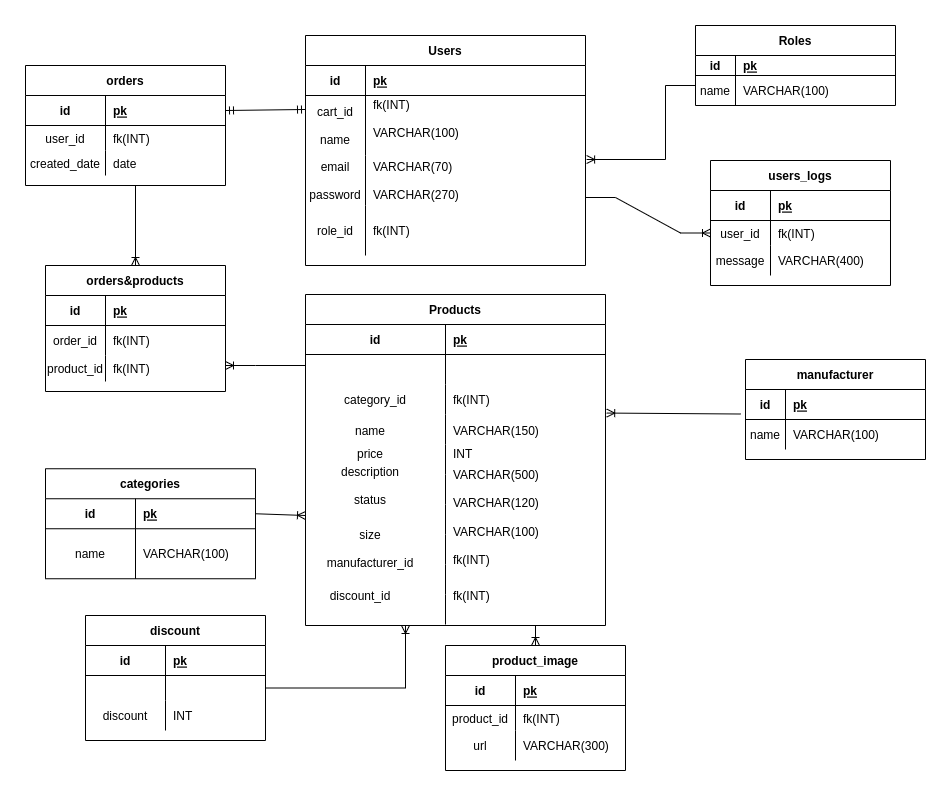
The draw.io diagram db_diagram.png in DolgihDmitriy/DB_Labs_2022, before a commit. Source tidied: cells renumbered, new cells last; positions are measured from the earlier drawing's top-left corner, leaving out a move shared by most shapes.
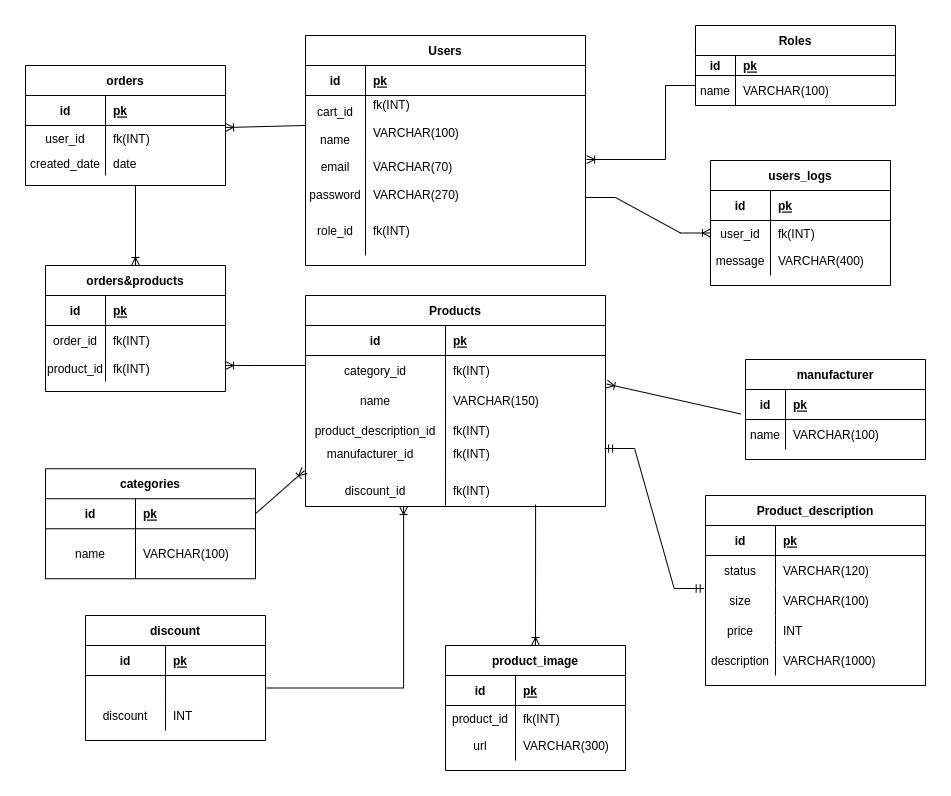
Above is the later version.

Change to the diagram source:
```diff
@@ -93,7 +93,7 @@
       <mxGeometry x="60" width="120" height="30" as="geometry" />
     </mxCell>
     <mxCell id="32" value="Products" style="shape=table;startSize=30;rowLines=0;fontStyle=1;align=center;" parent="1" vertex="1">
-      <mxGeometry x="280" y="269" width="300" height="331" as="geometry" />
+      <mxGeometry x="280" y="270" width="300" height="211" as="geometry" />
     </mxCell>
     <mxCell id="33" style="shape=tableRow;horizontal=0;startSize=0;swimlaneHead=0;swimlaneBody=0;fillColor=none;top=0;left=0;right=0;bottom=1;" parent="32" vertex="1">
       <mxGeometry y="30" width="300" height="30" as="geometry" />
@@ -104,87 +104,51 @@
     <mxCell id="35" value="pk" style="shape=partialRectangle;fillColor=none;top=0;left=0;bottom=0;right=0;align=left;spacingLeft=6;fontStyle=5;overflow=hidden;" parent="33" vertex="1">
       <mxGeometry x="140" width="160" height="30" as="geometry" />
     </mxCell>
+    <mxCell id="39" style="shape=tableRow;horizontal=0;startSize=0;swimlaneHead=0;swimlaneBody=0;fillColor=none;points=[[0,0.5],[1,0.5]];portConstraint=eastwest;top=0;left=0;right=0;bottom=0;" parent="32" vertex="1">
+      <mxGeometry y="60" width="300" height="30" as="geometry" />
+    </mxCell>
+    <mxCell id="40" value="category_id" style="shape=partialRectangle;fillColor=none;top=0;left=0;bottom=0;right=0;overflow=hidden;" parent="39" vertex="1">
+      <mxGeometry width="140" height="30" as="geometry" />
+    </mxCell>
+    <mxCell id="41" value="fk(INT)" style="shape=partialRectangle;fillColor=none;top=0;left=0;bottom=0;right=0;align=left;spacingLeft=6;overflow=hidden;" parent="39" vertex="1">
+      <mxGeometry x="140" width="160" height="30" as="geometry" />
+    </mxCell>
     <mxCell id="36" style="shape=tableRow;horizontal=0;startSize=0;swimlaneHead=0;swimlaneBody=0;fillColor=none;top=0;left=0;right=0;bottom=0;" parent="32" vertex="1">
-      <mxGeometry y="60" width="300" height="30" as="geometry" />
+      <mxGeometry y="90" width="300" height="30" as="geometry" />
     </mxCell>
-    <mxCell id="37" style="shape=partialRectangle;fillColor=none;top=0;left=0;bottom=0;right=0;overflow=hidden;" parent="36" vertex="1">
+    <mxCell id="37" value="name" style="shape=partialRectangle;fillColor=none;top=0;left=0;bottom=0;right=0;overflow=hidden;" parent="36" vertex="1">
       <mxGeometry width="140" height="30" as="geometry" />
     </mxCell>
-    <mxCell id="38" style="shape=partialRectangle;fillColor=none;top=0;left=0;bottom=0;right=0;align=left;spacingLeft=6;overflow=hidden;" parent="36" vertex="1">
+    <mxCell id="38" value="VARCHAR(150)" style="shape=partialRectangle;fillColor=none;top=0;left=0;bottom=0;right=0;align=left;spacingLeft=6;overflow=hidden;" parent="36" vertex="1">
       <mxGeometry x="140" width="160" height="30" as="geometry" />
     </mxCell>
-    <mxCell id="39" style="shape=tableRow;horizontal=0;startSize=0;swimlaneHead=0;swimlaneBody=0;fillColor=none;points=[[0,0.5],[1,0.5]];portConstraint=eastwest;top=0;left=0;right=0;bottom=0;" parent="32" vertex="1">
-      <mxGeometry y="90" width="300" height="30" as="geometry" />
-    </mxCell>
-    <mxCell id="40" value="category_id" style="shape=partialRectangle;fillColor=none;top=0;left=0;bottom=0;right=0;overflow=hidden;" parent="39" vertex="1">
-      <mxGeometry width="140" height="30" as="geometry" />
-    </mxCell>
-    <mxCell id="41" value="fk(INT)" style="shape=partialRectangle;fillColor=none;top=0;left=0;bottom=0;right=0;align=left;spacingLeft=6;overflow=hidden;" parent="39" vertex="1">
-      <mxGeometry x="140" width="160" height="30" as="geometry" />
-    </mxCell>
     <mxCell id="42" style="shape=tableRow;horizontal=0;startSize=0;swimlaneHead=0;swimlaneBody=0;fillColor=none;top=0;left=0;right=0;bottom=0;" parent="32" vertex="1">
       <mxGeometry y="120" width="300" height="30" as="geometry" />
     </mxCell>
-    <mxCell id="43" style="shape=partialRectangle;fillColor=none;top=0;left=0;bottom=0;right=0;overflow=hidden;" parent="42" vertex="1">
-      <mxGeometry width="140" height="30" as="geometry" />
-    </mxCell>
-    <mxCell id="44" style="shape=partialRectangle;fillColor=none;top=0;left=0;bottom=0;right=0;align=left;spacingLeft=6;overflow=hidden;" parent="42" vertex="1">
-      <mxGeometry x="140" width="160" height="30" as="geometry" />
-    </mxCell>
+    <mxCell id="136" value="product_description_id" style="shape=partialRectangle;fillColor=none;top=0;left=0;bottom=0;right=0;overflow=hidden;" parent="42" vertex="1">
+      <mxGeometry width="140" height="30" as="geometry" />
+    </mxCell>
+    <mxCell id="137" value="fk(INT)" style="shape=partialRectangle;fillColor=none;top=0;left=0;bottom=0;right=0;align=left;spacingLeft=6;overflow=hidden;" parent="42" vertex="1">
+      <mxGeometry x="140" width="160" height="30" as="geometry" />
+    </mxCell>
     <mxCell id="45" style="shape=tableRow;horizontal=0;startSize=0;swimlaneHead=0;swimlaneBody=0;fillColor=none;points=[[0,0.5],[1,0.5]];portConstraint=eastwest;top=0;left=0;right=0;bottom=0;" parent="32" vertex="1">
       <mxGeometry y="150" width="300" height="30" as="geometry" />
     </mxCell>
-    <mxCell id="46" style="shape=partialRectangle;fillColor=none;top=0;left=0;bottom=0;right=0;overflow=hidden;" parent="45" vertex="1">
-      <mxGeometry width="140" height="30" as="geometry" />
-    </mxCell>
-    <mxCell id="47" style="shape=partialRectangle;fillColor=none;top=0;left=0;bottom=0;right=0;align=left;spacingLeft=6;overflow=hidden;" parent="45" vertex="1">
-      <mxGeometry x="140" width="160" height="30" as="geometry" />
-    </mxCell>
+    <mxCell id="138" style="shape=partialRectangle;fillColor=none;top=0;left=0;bottom=0;right=0;overflow=hidden;" parent="45" vertex="1">
+      <mxGeometry width="140" height="30" as="geometry" />
+    </mxCell>
+    <mxCell id="139" style="shape=partialRectangle;fillColor=none;top=0;left=0;bottom=0;right=0;align=left;spacingLeft=6;overflow=hidden;" parent="45" vertex="1">
+      <mxGeometry x="140" width="160" height="30" as="geometry" />
+    </mxCell>
     <mxCell id="48" style="shape=tableRow;horizontal=0;startSize=0;swimlaneHead=0;swimlaneBody=0;fillColor=none;points=[[0,0.5],[1,0.5]];portConstraint=eastwest;top=0;left=0;right=0;bottom=0;" parent="32" vertex="1">
       <mxGeometry y="180" width="300" height="30" as="geometry" />
     </mxCell>
-    <mxCell id="49" style="shape=partialRectangle;fillColor=none;top=0;left=0;bottom=0;right=0;overflow=hidden;" parent="48" vertex="1">
-      <mxGeometry width="140" height="30" as="geometry" />
-    </mxCell>
-    <mxCell id="50" style="shape=partialRectangle;fillColor=none;top=0;left=0;bottom=0;right=0;align=left;spacingLeft=6;overflow=hidden;" parent="48" vertex="1">
-      <mxGeometry x="140" width="160" height="30" as="geometry" />
-    </mxCell>
-    <mxCell id="51" style="shape=tableRow;horizontal=0;startSize=0;swimlaneHead=0;swimlaneBody=0;fillColor=none;top=0;left=0;right=0;bottom=0;" parent="32" vertex="1">
-      <mxGeometry y="210" width="300" height="30" as="geometry" />
-    </mxCell>
-    <mxCell id="52" style="shape=partialRectangle;fillColor=none;top=0;left=0;bottom=0;right=0;overflow=hidden;" parent="51" vertex="1">
-      <mxGeometry width="140" height="30" as="geometry" />
-    </mxCell>
-    <mxCell id="53" style="shape=partialRectangle;fillColor=none;top=0;left=0;bottom=0;right=0;align=left;spacingLeft=6;overflow=hidden;" parent="51" vertex="1">
-      <mxGeometry x="140" width="160" height="30" as="geometry" />
-    </mxCell>
-    <mxCell id="54" style="shape=tableRow;horizontal=0;startSize=0;swimlaneHead=0;swimlaneBody=0;fillColor=none;top=0;left=0;right=0;bottom=0;" parent="32" vertex="1">
-      <mxGeometry y="240" width="300" height="30" as="geometry" />
-    </mxCell>
-    <mxCell id="55" style="shape=partialRectangle;fillColor=none;top=0;left=0;bottom=0;right=0;overflow=hidden;" parent="54" vertex="1">
-      <mxGeometry width="140" height="30" as="geometry" />
-    </mxCell>
-    <mxCell id="56" style="shape=partialRectangle;fillColor=none;top=0;left=0;bottom=0;right=0;align=left;spacingLeft=6;overflow=hidden;" parent="54" vertex="1">
-      <mxGeometry x="140" width="160" height="30" as="geometry" />
-    </mxCell>
-    <mxCell id="57" style="shape=tableRow;horizontal=0;startSize=0;swimlaneHead=0;swimlaneBody=0;fillColor=none;top=0;left=0;right=0;bottom=0;" parent="32" vertex="1">
-      <mxGeometry y="270" width="300" height="30" as="geometry" />
-    </mxCell>
-    <mxCell id="58" style="shape=partialRectangle;fillColor=none;top=0;left=0;bottom=0;right=0;overflow=hidden;" parent="57" vertex="1">
-      <mxGeometry width="140" height="30" as="geometry" />
-    </mxCell>
-    <mxCell id="59" style="shape=partialRectangle;fillColor=none;top=0;left=0;bottom=0;right=0;align=left;spacingLeft=6;overflow=hidden;" parent="57" vertex="1">
-      <mxGeometry x="140" width="160" height="30" as="geometry" />
-    </mxCell>
-    <mxCell id="60" style="shape=tableRow;horizontal=0;startSize=0;swimlaneHead=0;swimlaneBody=0;fillColor=none;top=0;left=0;right=0;bottom=0;" parent="32" vertex="1">
-      <mxGeometry y="300" width="300" height="30" as="geometry" />
-    </mxCell>
-    <mxCell id="61" style="shape=partialRectangle;fillColor=none;top=0;left=0;bottom=0;right=0;overflow=hidden;" parent="60" vertex="1">
-      <mxGeometry width="140" height="30" as="geometry" />
-    </mxCell>
-    <mxCell id="62" style="shape=partialRectangle;fillColor=none;top=0;left=0;bottom=0;right=0;align=left;spacingLeft=6;overflow=hidden;" parent="60" vertex="1">
-      <mxGeometry x="140" width="160" height="30" as="geometry" />
-    </mxCell>
+    <mxCell id="131" value="discount_id" style="shape=partialRectangle;fillColor=none;top=0;left=0;bottom=0;right=0;overflow=hidden;" parent="48" vertex="1">
+      <mxGeometry width="140" height="30" as="geometry" />
+    </mxCell>
+    <mxCell id="140" value="fk(INT)" style="shape=partialRectangle;fillColor=none;top=0;left=0;bottom=0;right=0;align=left;spacingLeft=6;overflow=hidden;" parent="48" vertex="1">
+      <mxGeometry x="140" width="160" height="30" as="geometry" />
+    </mxCell>
     <mxCell id="63" value="categories" style="shape=table;startSize=30;rowLines=0;fontStyle=1;align=center;" parent="1" vertex="1">
       <mxGeometry x="20" y="443.2" width="210" height="110" as="geometry" />
     </mxCell>
@@ -328,18 +292,11 @@
     <mxCell id="108" style="edgeStyle=entityRelationEdgeStyle;fontSize=12;html=1;endArrow=ERoneToMany;rounded=0;exitX=1;exitY=0.84;exitDx=0;exitDy=0;exitPerimeter=0;entryX=0;entryY=0.5;entryDx=0;entryDy=0;" parent="1" edge="1" source="9" target="26">
       <mxGeometry relative="1" as="geometry" />
     </mxCell>
-    <mxCell id="109" style="fontSize=12;html=1;endArrow=ERmandOne;startArrow=ERmandOne;rounded=0;entryX=0;entryY=0.233;entryDx=0;entryDy=0;exitX=1;exitY=0.5;exitDx=0;exitDy=0;entryPerimeter=0;" parent="1" edge="1" source="78" target="6">
-      <mxGeometry relative="1" as="geometry" />
-    </mxCell>
-    <mxCell id="110" style="fontSize=12;html=1;endArrow=ERoneToMany;rounded=0;entryX=0.5;entryY=0;entryDx=0;entryDy=0;" parent="1" edge="1" target="87">
-      <mxGeometry relative="1" as="geometry">
-        <mxPoint x="510" y="600" as="sourcePoint" />
-      </mxGeometry>
+    <mxCell id="110" style="fontSize=12;html=1;endArrow=ERoneToMany;rounded=0;entryX=0.5;entryY=0;entryDx=0;entryDy=0;exitX=0.767;exitY=0.967;exitDx=0;exitDy=0;exitPerimeter=0;" parent="1" edge="1" source="48" target="87">
+      <mxGeometry relative="1" as="geometry" />
     </mxCell>
-    <mxCell id="111" style="fontSize=12;html=1;endArrow=ERoneToMany;rounded=0;exitX=1;exitY=0.5;exitDx=0;exitDy=0;edgeStyle=orthogonalEdgeStyle;" parent="1" edge="1" source="101">
-      <mxGeometry relative="1" as="geometry">
-        <mxPoint x="380" y="600" as="targetPoint" />
-      </mxGeometry>
+    <mxCell id="111" style="fontSize=12;html=1;endArrow=ERoneToMany;rounded=0;exitX=1;exitY=0.5;exitDx=0;exitDy=0;edgeStyle=orthogonalEdgeStyle;entryX=0.327;entryY=1.033;entryDx=0;entryDy=0;entryPerimeter=0;" parent="1" edge="1" source="101" target="48">
+      <mxGeometry relative="1" as="geometry" />
     </mxCell>
     <mxCell id="112" value="orders&amp;products" style="shape=table;startSize=30;rowLines=0;fontStyle=1;align=center;" parent="1" vertex="1">
       <mxGeometry x="20" y="240" width="180" height="126" as="geometry" />
@@ -387,43 +344,74 @@
         </Array>
       </mxGeometry>
     </mxCell>
-    <mxCell id="124" style="fontSize=12;html=1;endArrow=ERoneToMany;rounded=0;exitX=1;exitY=0.5;exitDx=0;exitDy=0;" parent="1" edge="1" source="64">
-      <mxGeometry relative="1" as="geometry">
-        <mxPoint x="280" y="490" as="targetPoint" />
-      </mxGeometry>
+    <mxCell id="124" style="fontSize=12;html=1;endArrow=ERoneToMany;rounded=0;exitX=1;exitY=0.5;exitDx=0;exitDy=0;entryX=-0.003;entryY=0.833;entryDx=0;entryDy=0;entryPerimeter=0;" parent="1" edge="1" source="64" target="45">
+      <mxGeometry relative="1" as="geometry" />
     </mxCell>
-    <mxCell id="125" value="name" style="shape=partialRectangle;fillColor=none;top=0;left=0;bottom=0;right=0;overflow=hidden;" parent="1" vertex="1">
-      <mxGeometry x="300" y="390" width="90" height="30" as="geometry" />
-    </mxCell>
-    <mxCell id="126" value="VARCHAR(150)" style="shape=partialRectangle;fillColor=none;top=0;left=0;bottom=0;right=0;align=left;spacingLeft=6;overflow=hidden;" parent="1" vertex="1">
-      <mxGeometry x="420" y="390" width="120" height="30" as="geometry" />
-    </mxCell>
-    <mxCell id="127" value="price" style="shape=partialRectangle;fillColor=none;top=0;left=0;bottom=0;right=0;overflow=hidden;" parent="1" vertex="1">
+    <mxCell id="127" value="manufacturer_id" style="shape=partialRectangle;fillColor=none;top=0;left=0;bottom=0;right=0;overflow=hidden;" parent="1" vertex="1">
       <mxGeometry x="300" y="413.2" width="90" height="30" as="geometry" />
     </mxCell>
-    <mxCell id="128" value="INT" style="shape=partialRectangle;fillColor=none;top=0;left=0;bottom=0;right=0;align=left;spacingLeft=6;overflow=hidden;" parent="1" vertex="1">
+    <mxCell id="128" value="fk(INT)" style="shape=partialRectangle;fillColor=none;top=0;left=0;bottom=0;right=0;align=left;spacingLeft=6;overflow=hidden;" parent="1" vertex="1">
       <mxGeometry x="420" y="413.2" width="120" height="30" as="geometry" />
     </mxCell>
-    <mxCell id="129" value="description&#10;&#10;status" style="shape=partialRectangle;fillColor=none;top=0;left=0;bottom=0;right=0;overflow=hidden;" parent="1" vertex="1">
-      <mxGeometry x="300" y="430" width="90" height="60" as="geometry" />
-    </mxCell>
-    <mxCell id="130" value="size&#10;&#10;manufacturer_id" style="shape=partialRectangle;fillColor=none;top=0;left=0;bottom=0;right=0;overflow=hidden;" parent="1" vertex="1">
-      <mxGeometry x="300" y="493.2" width="90" height="60" as="geometry" />
-    </mxCell>
-    <mxCell id="131" value="discount_id" style="shape=partialRectangle;fillColor=none;top=0;left=0;bottom=0;right=0;overflow=hidden;" parent="1" vertex="1">
-      <mxGeometry x="290" y="540" width="90" height="60" as="geometry" />
-    </mxCell>
-    <mxCell id="132" value="VARCHAR(500)&#10;&#10;VARCHAR(120)" style="shape=partialRectangle;fillColor=none;top=0;left=0;bottom=0;right=0;align=left;spacingLeft=6;overflow=hidden;" parent="1" vertex="1">
-      <mxGeometry x="420" y="433.2" width="120" height="60" as="geometry" />
-    </mxCell>
-    <mxCell id="133" value="VARCHAR(100)&#10;&#10;fk(INT)" style="shape=partialRectangle;fillColor=none;top=0;left=0;bottom=0;right=0;align=left;spacingLeft=6;overflow=hidden;" parent="1" vertex="1">
-      <mxGeometry x="420" y="490" width="120" height="60" as="geometry" />
-    </mxCell>
-    <mxCell id="134" value="fk(INT)" style="shape=partialRectangle;fillColor=none;top=0;left=0;bottom=0;right=0;align=left;spacingLeft=6;overflow=hidden;" parent="1" vertex="1">
-      <mxGeometry x="420" y="540" width="120" height="60" as="geometry" />
-    </mxCell>
     <mxCell id="135" style="fontSize=12;html=1;endArrow=ERoneToMany;rounded=0;entryX=1.004;entryY=0.952;entryDx=0;entryDy=0;entryPerimeter=0;exitX=-0.026;exitY=-0.183;exitDx=0;exitDy=0;exitPerimeter=0;" parent="1" edge="1" source="74" target="39">
       <mxGeometry relative="1" as="geometry" />
     </mxCell>
+    <mxCell id="141" style="fontSize=12;html=1;endArrow=ERoneToMany;rounded=0;exitX=0;exitY=0.5;exitDx=0;exitDy=0;entryX=1;entryY=0.08;entryDx=0;entryDy=0;entryPerimeter=0;" parent="1" edge="1" source="6" target="81">
+      <mxGeometry relative="1" as="geometry" />
+    </mxCell>
+    <mxCell id="142" value="Product_description" style="shape=table;startSize=30;rowLines=0;fontStyle=1;align=center;" parent="1" vertex="1">
+      <mxGeometry x="680" y="470" width="220" height="190" as="geometry" />
+    </mxCell>
+    <mxCell id="143" style="shape=tableRow;horizontal=0;startSize=0;swimlaneHead=0;swimlaneBody=0;fillColor=none;points=[[0,0.5],[1,0.5]];portConstraint=eastwest;top=0;left=0;right=0;bottom=1;" parent="142" vertex="1">
+      <mxGeometry y="30" width="220" height="30" as="geometry" />
+    </mxCell>
+    <mxCell id="144" value="id" style="shape=partialRectangle;fillColor=none;top=0;left=0;bottom=0;right=0;fontStyle=1;overflow=hidden;" parent="143" vertex="1">
+      <mxGeometry width="70" height="30" as="geometry" />
+    </mxCell>
+    <mxCell id="145" value="pk" style="shape=partialRectangle;fillColor=none;top=0;left=0;bottom=0;right=0;align=left;spacingLeft=6;fontStyle=5;overflow=hidden;" parent="143" vertex="1">
+      <mxGeometry x="70" width="150" height="30" as="geometry" />
+    </mxCell>
+    <mxCell id="146" style="shape=tableRow;horizontal=0;startSize=0;swimlaneHead=0;swimlaneBody=0;fillColor=none;top=0;left=0;right=0;bottom=0;" parent="142" vertex="1">
+      <mxGeometry y="60" width="220" height="30" as="geometry" />
+    </mxCell>
+    <mxCell id="147" value="status" style="shape=partialRectangle;fillColor=none;top=0;left=0;bottom=0;right=0;overflow=hidden;" parent="146" vertex="1">
+      <mxGeometry width="70" height="30" as="geometry" />
+    </mxCell>
+    <mxCell id="148" value="VARCHAR(120)" style="shape=partialRectangle;fillColor=none;top=0;left=0;bottom=0;right=0;align=left;spacingLeft=6;overflow=hidden;" parent="146" vertex="1">
+      <mxGeometry x="70" width="150" height="30" as="geometry" />
+    </mxCell>
+    <mxCell id="149" style="shape=tableRow;horizontal=0;startSize=0;swimlaneHead=0;swimlaneBody=0;fillColor=none;points=[[0,0.5],[1,0.5]];portConstraint=eastwest;top=0;left=0;right=0;bottom=0;" parent="142" vertex="1">
+      <mxGeometry y="90" width="220" height="30" as="geometry" />
+    </mxCell>
+    <mxCell id="150" value="size" style="shape=partialRectangle;fillColor=none;top=0;left=0;bottom=0;right=0;overflow=hidden;" parent="149" vertex="1">
+      <mxGeometry width="70" height="30" as="geometry" />
+    </mxCell>
+    <mxCell id="151" value="VARCHAR(100)" style="shape=partialRectangle;fillColor=none;top=0;left=0;bottom=0;right=0;align=left;spacingLeft=6;overflow=hidden;" parent="149" vertex="1">
+      <mxGeometry x="70" width="150" height="30" as="geometry" />
+    </mxCell>
+    <mxCell id="152" style="shape=tableRow;horizontal=0;startSize=0;swimlaneHead=0;swimlaneBody=0;fillColor=none;top=0;left=0;right=0;bottom=0;" parent="142" vertex="1">
+      <mxGeometry y="120" width="220" height="30" as="geometry" />
+    </mxCell>
+    <mxCell id="153" value="price" style="shape=partialRectangle;fillColor=none;top=0;left=0;bottom=0;right=0;overflow=hidden;" parent="152" vertex="1">
+      <mxGeometry width="70" height="30" as="geometry" />
+    </mxCell>
+    <mxCell id="154" value="INT" style="shape=partialRectangle;fillColor=none;top=0;left=0;bottom=0;right=0;align=left;spacingLeft=6;overflow=hidden;" parent="152" vertex="1">
+      <mxGeometry x="70" width="150" height="30" as="geometry" />
+    </mxCell>
+    <mxCell id="155" style="shape=tableRow;horizontal=0;startSize=0;swimlaneHead=0;swimlaneBody=0;fillColor=none;top=0;left=0;right=0;bottom=0;" parent="142" vertex="1">
+      <mxGeometry y="150" width="220" height="30" as="geometry" />
+    </mxCell>
+    <mxCell id="156" value="description" style="shape=partialRectangle;fillColor=none;top=0;left=0;bottom=0;right=0;overflow=hidden;" parent="155" vertex="1">
+      <mxGeometry width="70" height="30" as="geometry" />
+    </mxCell>
+    <mxCell id="157" value="VARCHAR(1000)" style="shape=partialRectangle;fillColor=none;top=0;left=0;bottom=0;right=0;align=left;spacingLeft=6;overflow=hidden;" parent="155" vertex="1">
+      <mxGeometry x="70" width="150" height="30" as="geometry" />
+    </mxCell>
+    <mxCell id="158" style="fontSize=12;html=1;endArrow=ERmandOne;startArrow=ERmandOne;rounded=0;exitX=1.01;exitY=0.133;exitDx=0;exitDy=0;exitPerimeter=0;entryX=0;entryY=0.5;entryDx=0;entryDy=0;" parent="1" edge="1" source="x" target="143">
+      <mxGeometry relative="1" as="geometry" />
+    </mxCell>
+    <mxCell id="159" style="edgeStyle=entityRelationEdgeStyle;fontSize=12;html=1;endArrow=ERmandOne;startArrow=ERmandOne;rounded=0;exitX=0.997;exitY=0.1;exitDx=0;exitDy=0;exitPerimeter=0;entryX=-0.006;entryY=0.1;entryDx=0;entryDy=0;entryPerimeter=0;" parent="1" edge="1" source="45" target="149">
+      <mxGeometry relative="1" as="geometry" />
+    </mxCell>
   </root>
 </mxGraphModel>
```
